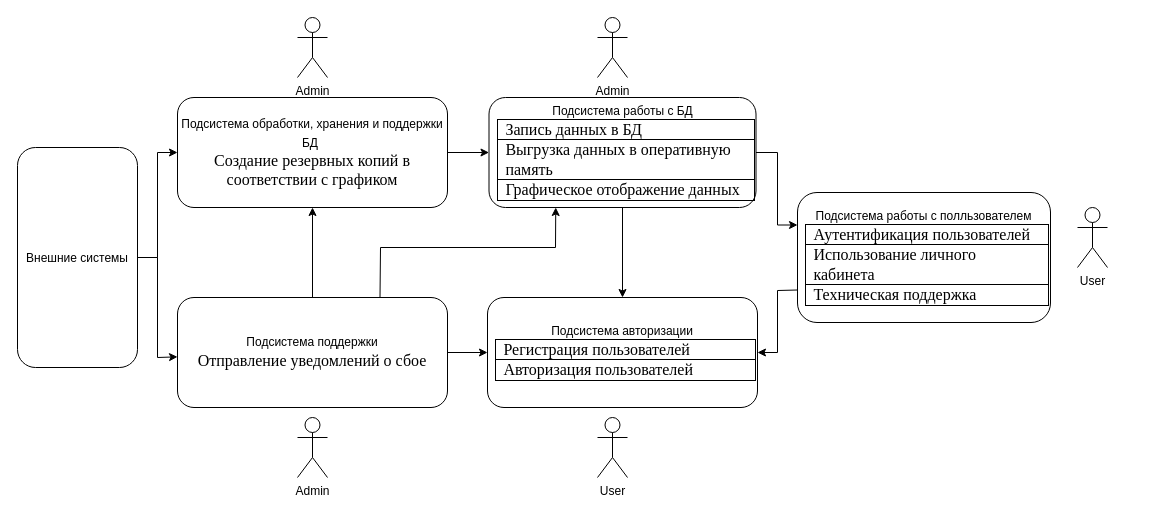
Before: Диаграмма без названия.drawio in Gleb-hub/-, a draw.io diagram. Source tidied: cells renumbered, new cells numbered last; positions are measured from the earlier drawing's top-left corner, leaving out a move shared by most shapes. Both pictures are drawn from the tidied source at 100%, with x=0, y=0 at pixel (17, 17).
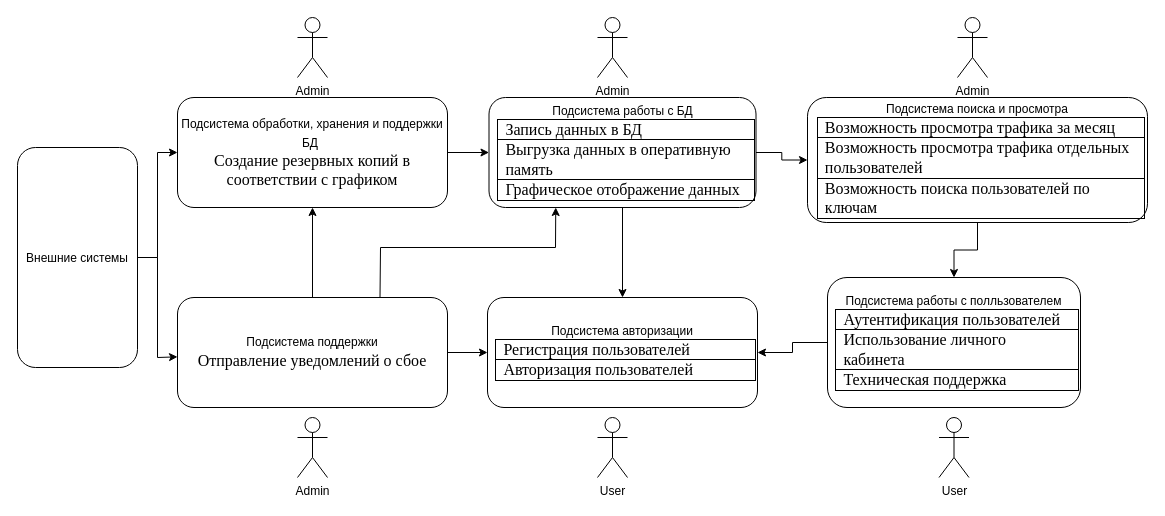
The same diagram, later.

The change refers to these unchanged cells:
```xml
<mxCell id="6" value="Подсистема работы с БД&lt;br&gt;&lt;table style=&quot;text-align: start; margin-left: 5.4pt; border-collapse: collapse; border: medium;&quot; cellpadding=&quot;0&quot; cellspacing=&quot;0&quot; border=&quot;1&quot; class=&quot;MsoTableGrid&quot;&gt;&lt;tbody&gt;&lt;tr&gt;&lt;td style=&quot;width: 233.6pt; border: 1pt solid black; padding: 0cm 5.4pt;&quot; valign=&quot;top&quot; width=&quot;311&quot;&gt;&lt;p style=&quot;margin: 0cm; font-size: 11pt; font-family: Calibri, sans-serif;&quot; class=&quot;MsoNoSpacing&quot;&gt;&lt;span style=&quot;font-size: 12pt; font-family: &amp;quot;Times New Roman&amp;quot;, serif;&quot;&gt;Запись данных в БД&lt;/span&gt;&lt;/p&gt;&lt;/td&gt;&lt;/tr&gt;&lt;tr&gt;&lt;td style=&quot;width: 233.6pt; border-width: medium 1pt 1pt; border-style: none solid solid; border-color: currentcolor black black; border-image: none; padding: 0cm 5.4pt;&quot; valign=&quot;top&quot; width=&quot;311&quot;&gt;&lt;p style=&quot;margin: 0cm; font-size: 11pt; font-family: Calibri, sans-serif;&quot; class=&quot;MsoNoSpacing&quot;&gt;&lt;span style=&quot;font-size: 12pt; font-family: &amp;quot;Times New Roman&amp;quot;, serif;&quot;&gt;Выгрузка данных в оперативную память&lt;/span&gt;&lt;/p&gt;&lt;/td&gt;&lt;/tr&gt;&lt;tr&gt;&lt;td style=&quot;width: 233.6pt; border-width: medium 1pt 1pt; border-style: none solid solid; border-color: currentcolor black black; border-image: none; padding: 0cm 5.4pt;&quot; valign=&quot;top&quot; width=&quot;311&quot;&gt;&lt;p style=&quot;margin: 0cm; font-size: 11pt; font-family: Calibri, sans-serif;&quot; class=&quot;MsoNoSpacing&quot;&gt;&lt;span style=&quot;font-size: 12pt; font-family: &amp;quot;Times New Roman&amp;quot;, serif;&quot;&gt;Графическое отображение данных&lt;/span&gt;&lt;/p&gt;&lt;/td&gt;&lt;/tr&gt;&lt;/tbody&gt;&lt;/table&gt;" style="rounded=1;whiteSpace=wrap;html=1;verticalAlign=middle;" parent="1" vertex="1">
  <mxGeometry x="471.5" y="80" width="267" height="110" as="geometry" />
</mxCell>
<mxCell id="10" value="Подсистема авторизации&lt;br&gt;&lt;table style=&quot;text-align: start; margin-left: 5.4pt; border-collapse: collapse; border: medium;&quot; cellpadding=&quot;0&quot; cellspacing=&quot;0&quot; border=&quot;1&quot; class=&quot;MsoTableGrid&quot;&gt;&lt;tbody&gt;&lt;tr&gt;&lt;td style=&quot;width: 233.6pt; border: 1pt solid black; padding: 0cm 5.4pt;&quot; valign=&quot;top&quot; width=&quot;311&quot;&gt;&lt;p style=&quot;margin: 0cm; font-size: 11pt; font-family: Calibri, sans-serif;&quot; class=&quot;MsoNoSpacing&quot;&gt;&lt;span style=&quot;font-size: 12pt; font-family: &amp;quot;Times New Roman&amp;quot;, serif;&quot;&gt;Регистрация пользователей&lt;/span&gt;&lt;/p&gt;&lt;/td&gt;&lt;/tr&gt;&lt;tr&gt;&lt;td style=&quot;width: 233.6pt; border-width: medium 1pt 1pt; border-style: none solid solid; border-color: currentcolor black black; border-image: none; padding: 0cm 5.4pt;&quot; valign=&quot;top&quot; width=&quot;311&quot;&gt;&lt;p style=&quot;margin: 0cm; font-size: 11pt; font-family: Calibri, sans-serif;&quot; class=&quot;MsoNoSpacing&quot;&gt;&lt;span style=&quot;font-size: 12pt; font-family: &amp;quot;Times New Roman&amp;quot;, serif;&quot;&gt;Авторизация пользователей&lt;/span&gt;&lt;/p&gt;&lt;/td&gt;&lt;/tr&gt;&lt;/tbody&gt;&lt;/table&gt;" style="rounded=1;whiteSpace=wrap;html=1;" parent="1" vertex="1">
  <mxGeometry x="470" y="280" width="270" height="110" as="geometry" />
</mxCell>
```

Change to the diagram source:
```diff
@@
     <mxCell id="3" value="User" style="shape=umlActor;verticalLabelPosition=bottom;verticalAlign=top;html=1;" parent="1" vertex="1">
-      <mxGeometry x="1060" y="190" width="30" height="60" as="geometry" />
+      <mxGeometry x="921.5" y="400" width="30" height="60" as="geometry" />
     </mxCell>
@@
+    <mxCell id="22" style="edgeStyle=orthogonalEdgeStyle;rounded=0;jettySize=auto;html=1;" parent="1" edge="1" source="6" target="24">
+      <mxGeometry relative="1" as="geometry" />
+    </mxCell>
@@
+    <mxCell id="20" style="edgeStyle=orthogonalEdgeStyle;rounded=0;jettySize=auto;html=1;" parent="1" edge="1" source="11" target="10">
+      <mxGeometry relative="1" as="geometry" />
+    </mxCell>
     <mxCell id="11" value="Подсистема работы с полльзователем&lt;br&gt;&lt;table style=&quot;text-align: start; margin-left: 5.4pt; border-collapse: collapse; border: medium;&quot; cellpadding=&quot;0&quot; cellspacing=&quot;0&quot; border=&quot;1&quot; class=&quot;MsoTableGrid&quot;&gt;&lt;tbody&gt;&lt;tr&gt;&lt;td style=&quot;width: 233.6pt; border: 1pt solid black; padding: 0cm 5.4pt;&quot; valign=&quot;top&quot; width=&quot;311&quot;&gt;&lt;p style=&quot;margin: 0cm; font-size: 11pt; font-family: Calibri, sans-serif;&quot; class=&quot;MsoNoSpacing&quot;&gt;&lt;span style=&quot;font-size: 12pt; font-family: &amp;quot;Times New Roman&amp;quot;, serif;&quot;&gt;Аутентификация пользователей&amp;nbsp;&lt;/span&gt;&lt;/p&gt;&lt;/td&gt;&lt;/tr&gt;&lt;tr&gt;&lt;td style=&quot;width: 233.6pt; border-width: medium 1pt 1pt; border-style: none solid solid; border-color: currentcolor black black; border-image: none; padding: 0cm 5.4pt;&quot; valign=&quot;top&quot; width=&quot;311&quot;&gt;&lt;p style=&quot;margin: 0cm; font-size: 11pt; font-family: Calibri, sans-serif;&quot; class=&quot;MsoNoSpacing&quot;&gt;&lt;span style=&quot;font-size: 12pt; font-family: &amp;quot;Times New Roman&amp;quot;, serif;&quot;&gt;Использование личного кабинета&amp;nbsp;&lt;/span&gt;&lt;/p&gt;&lt;/td&gt;&lt;/tr&gt;&lt;tr&gt;&lt;td style=&quot;width: 233.6pt; border-width: medium 1pt 1pt; border-style: none solid solid; border-color: currentcolor black black; border-image: none; padding: 0cm 5.4pt;&quot; valign=&quot;top&quot; width=&quot;311&quot;&gt;&lt;p style=&quot;margin: 0cm; font-size: 11pt; font-family: Calibri, sans-serif;&quot; class=&quot;MsoNoSpacing&quot;&gt;&lt;span style=&quot;font-size: 12pt; font-family: &amp;quot;Times New Roman&amp;quot;, serif;&quot;&gt;Техническая поддержка&lt;/span&gt;&lt;/p&gt;&lt;/td&gt;&lt;/tr&gt;&lt;/tbody&gt;&lt;/table&gt;" style="rounded=1;whiteSpace=wrap;html=1;" parent="1" vertex="1">
-      <mxGeometry x="780" y="175" width="253" height="130" as="geometry" />
+      <mxGeometry x="810" y="260" width="253" height="130" as="geometry" />
     </mxCell>
@@
-    <mxCell id="19" style="edgeStyle=orthogonalEdgeStyle;rounded=0;jettySize=auto;html=1;entryX=0;entryY=0.25;entryDx=0;entryDy=0;" parent="1" edge="1" source="6" target="11">
-      <mxGeometry relative="1" as="geometry">
-        <Array as="points">
-          <mxPoint x="760" y="135" />
-          <mxPoint x="760" y="208" />
-        </Array>
-      </mxGeometry>
-    </mxCell>
-    <mxCell id="20" style="endArrow=classic;html=1;rounded=0;exitX=0;exitY=0.75;exitDx=0;exitDy=0;entryX=1;entryY=0.5;entryDx=0;entryDy=0;" parent="1" edge="1" source="11" target="10">
-      <mxGeometry relative="1" as="geometry">
-        <Array as="points">
-          <mxPoint x="760" y="273" />
-          <mxPoint x="760" y="335" />
-        </Array>
-      </mxGeometry>
-    </mxCell>
@@
+    <mxCell id="23" style="edgeStyle=orthogonalEdgeStyle;rounded=0;jettySize=auto;html=1;" parent="1" edge="1" source="24" target="11">
+      <mxGeometry relative="1" as="geometry" />
+    </mxCell>
+    <mxCell id="24" value="Подсистема поиска и просмотра&lt;table style=&quot;text-align: start; margin-left: 5.4pt; border-collapse: collapse; border: medium;&quot; cellpadding=&quot;0&quot; cellspacing=&quot;0&quot; border=&quot;1&quot; class=&quot;MsoTableGrid&quot;&gt;&lt;tbody&gt;&lt;tr&gt;&lt;td style=&quot;width: 233.6pt; border: 1pt solid black; padding: 0cm 5.4pt;&quot; valign=&quot;top&quot; width=&quot;311&quot;&gt;&lt;p style=&quot;margin: 0cm; font-size: 11pt; font-family: Calibri, sans-serif;&quot; class=&quot;MsoNoSpacing&quot;&gt;&lt;span style=&quot;font-size: 12pt; font-family: &amp;quot;Times New Roman&amp;quot;, serif;&quot;&gt;Возможность просмотра трафика за месяц&lt;/span&gt;&lt;/p&gt;&lt;/td&gt;&lt;/tr&gt;&lt;tr&gt;&lt;td style=&quot;width: 233.6pt; border-width: medium 1pt 1pt; border-style: none solid solid; border-color: currentcolor black black; border-image: none; padding: 0cm 5.4pt;&quot; valign=&quot;top&quot; width=&quot;311&quot;&gt;&lt;p style=&quot;margin: 0cm; font-size: 11pt; font-family: Calibri, sans-serif;&quot; class=&quot;MsoNoSpacing&quot;&gt;&lt;span style=&quot;font-size: 12pt; font-family: &amp;quot;Times New Roman&amp;quot;, serif;&quot;&gt;Возможность просмотра трафика отдельных пользователей&lt;/span&gt;&lt;/p&gt;&lt;/td&gt;&lt;/tr&gt;&lt;tr&gt;&lt;td style=&quot;width: 233.6pt; border-width: medium 1pt 1pt; border-style: none solid solid; border-color: currentcolor black black; border-image: none; padding: 0cm 5.4pt;&quot; valign=&quot;top&quot; width=&quot;311&quot;&gt;&lt;p style=&quot;margin: 0cm; font-size: 11pt; font-family: Calibri, sans-serif;&quot; class=&quot;MsoNoSpacing&quot;&gt;&lt;span style=&quot;font-size: 12pt; font-family: &amp;quot;Times New Roman&amp;quot;, serif;&quot;&gt;Возможность поиска пользователей по ключам&lt;/span&gt;&lt;/p&gt;&lt;/td&gt;&lt;/tr&gt;&lt;/tbody&gt;&lt;/table&gt;" style="rounded=1;whiteSpace=wrap;html=1;" parent="1" vertex="1">
+      <mxGeometry x="790" y="80" width="340" height="125" as="geometry" />
+    </mxCell>
+    <mxCell id="25" value="Admin" style="shape=umlActor;verticalLabelPosition=bottom;verticalAlign=top;html=1;" parent="1" vertex="1">
+      <mxGeometry x="940" width="30" height="60" as="geometry" />
+    </mxCell>
```
